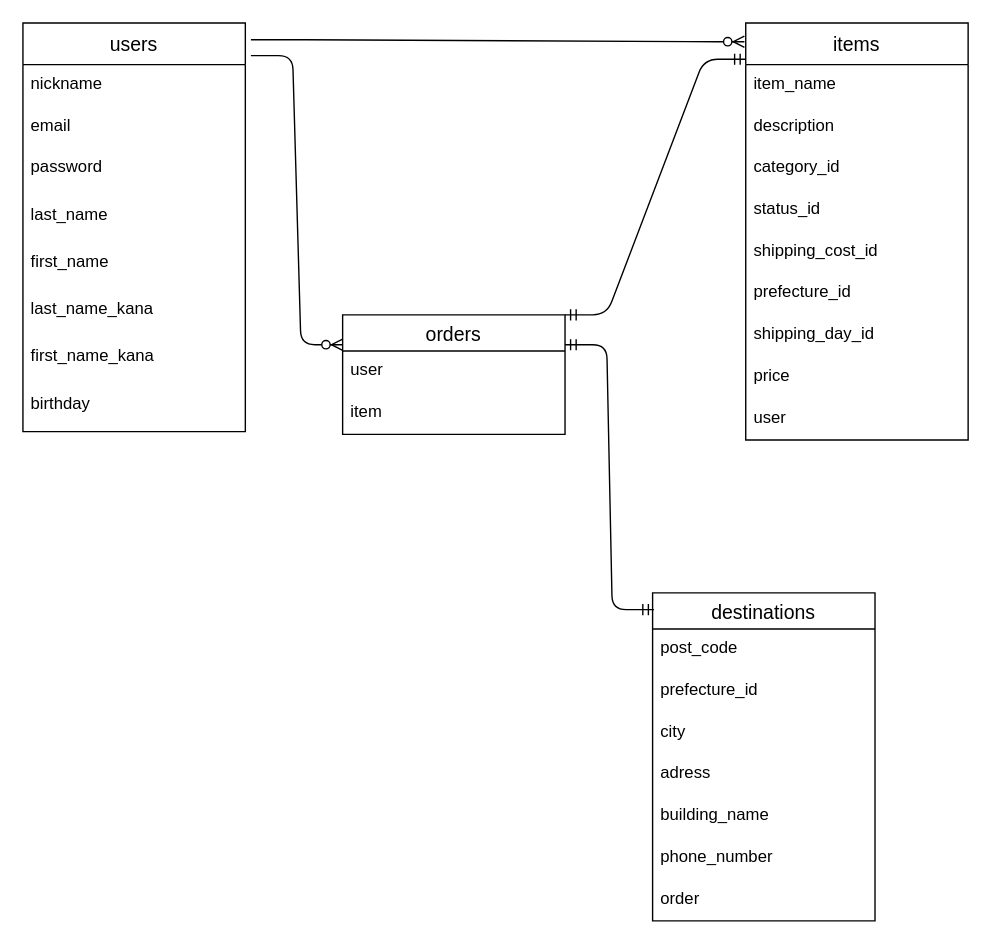
mikiyaaa/furima-33973 keeps this draw.io diagram as furima.dio. Above is the earlier version. Source tidied: cells renumbered, new cells numbered last; positions are measured from the earlier drawing's top-left corner, leaving out a move shared by most shapes. Both pictures are drawn from the tidied source at 139%, with x=0, y=0 at pixel (22, 22).
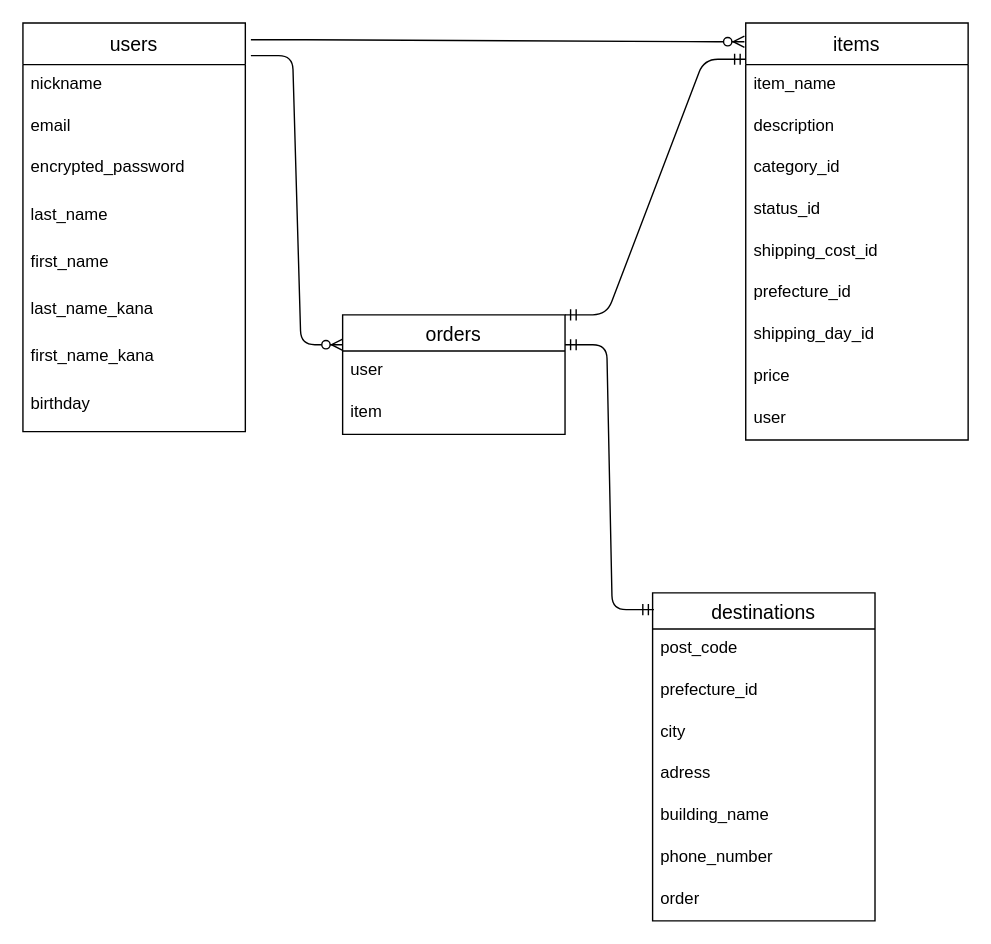
The same diagram, later.

Commit message (it also covers changes not shown here):
データベース設定再々々修正

The change refers to these unchanged cells:
```xml
<mxCell id="2" value="users" style="swimlane;fontStyle=0;horizontal=1;startSize=30;align=center;fontSize=14;" parent="1" vertex="1">
  <mxGeometry width="160" height="294" as="geometry" />
</mxCell>
```

Change to the diagram source:
```diff
@@
-    <mxCell id="5" value="password" style="text;strokeColor=none;fillColor=none;spacingLeft=4;spacingRight=4;overflow=hidden;fontSize=12;" parent="2" vertex="1">
+    <mxCell id="5" value="encrypted_password" style="text;strokeColor=none;fillColor=none;spacingLeft=4;spacingRight=4;overflow=hidden;fontSize=12;" parent="2" vertex="1">
       <mxGeometry y="90" width="160" height="34" as="geometry" />
     </mxCell>
```
